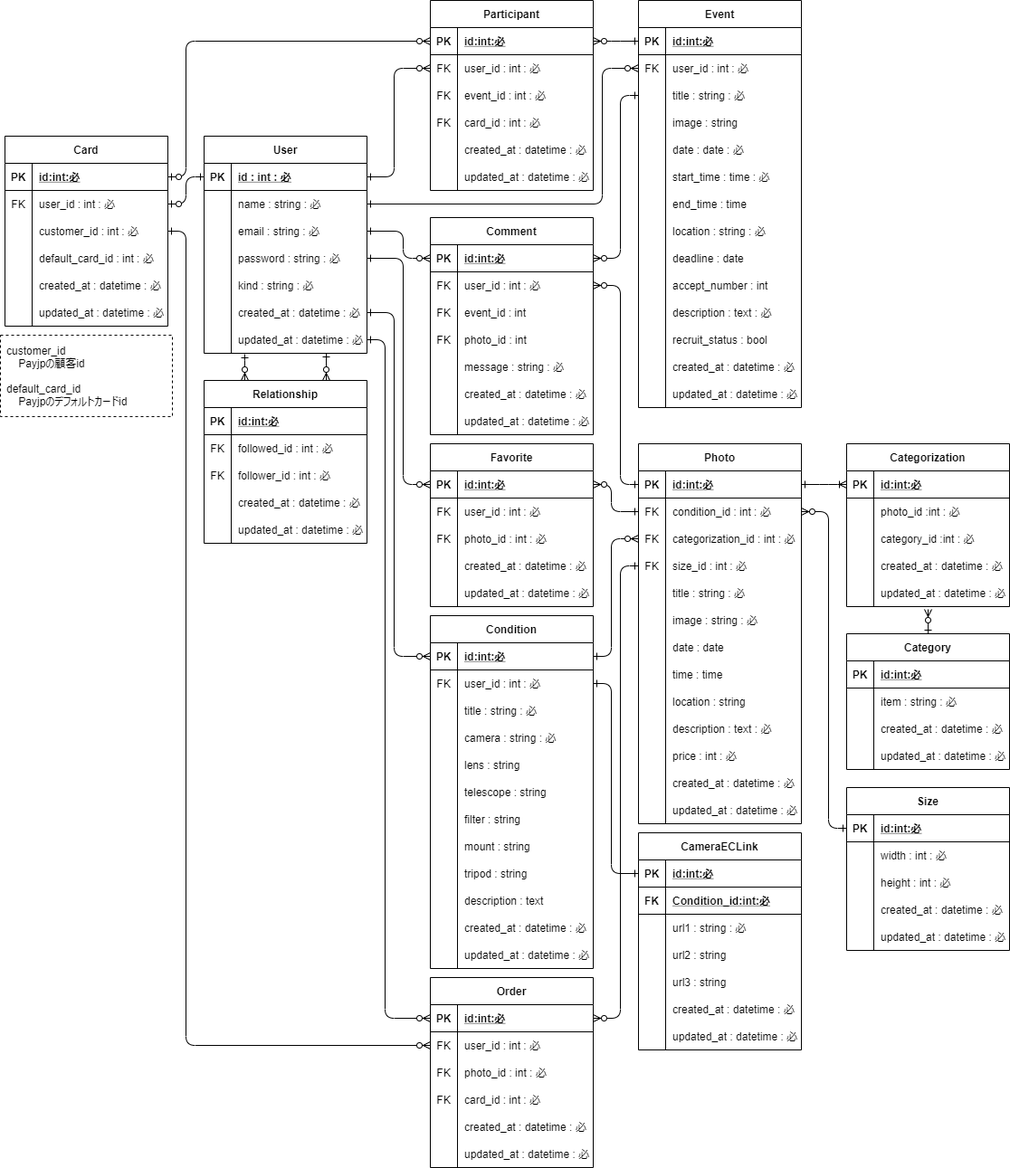
The draw.io diagram outline/ERchart.png in UtaSuzuki/astrogram, before a commit. Source tidied: cells renumbered, new cells last; positions are measured from the earlier drawing's top-left corner, leaving out a move shared by most shapes.
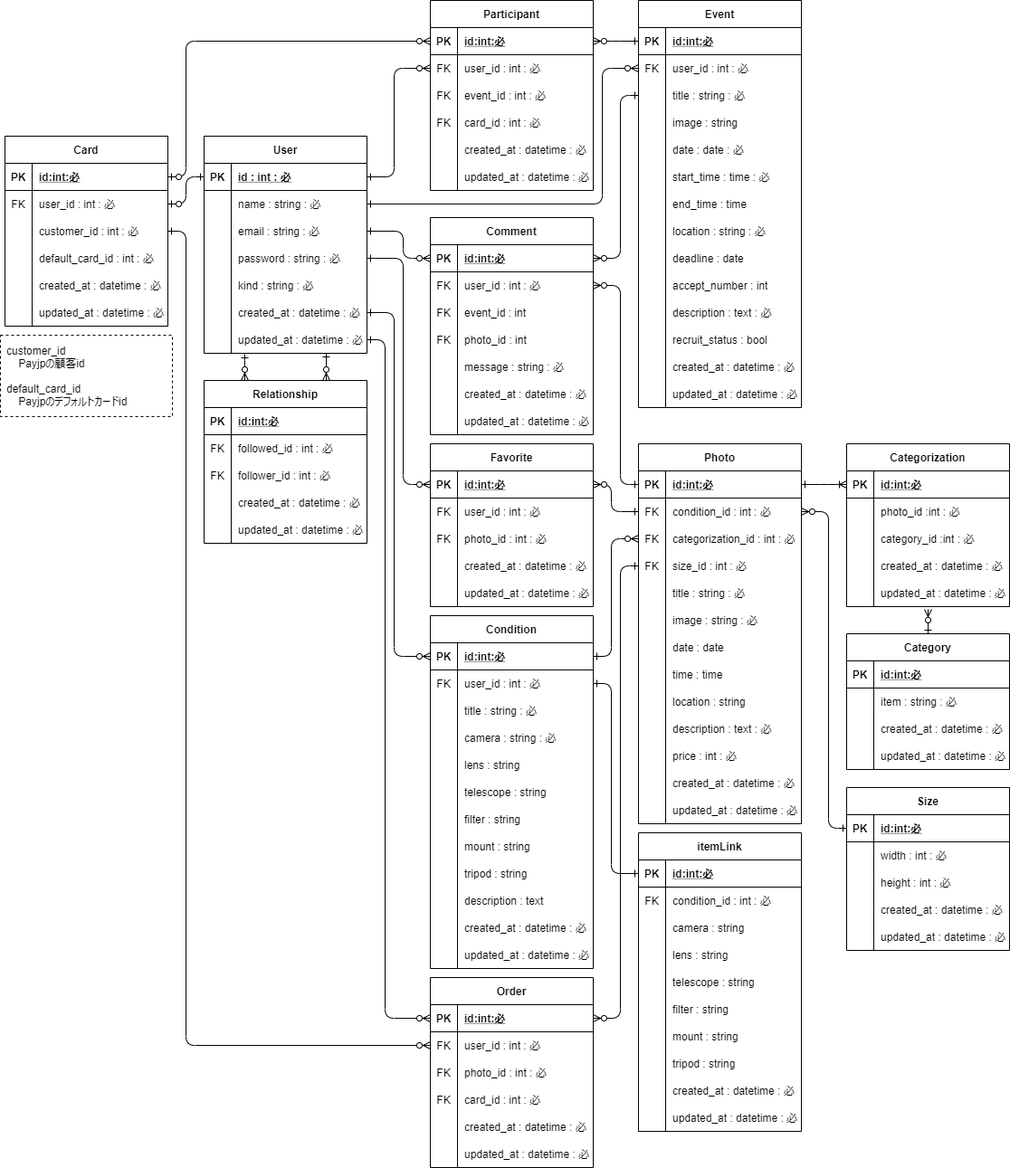
After the change.

Diff of the diagram source:
```diff
@@ -1069,10 +1069,20 @@
     <mxCell id="320" value="customer_id&lt;br&gt;&amp;nbsp; &amp;nbsp; Payjpの顧客id&lt;br&gt;&lt;br&gt;default_card_id&lt;br&gt;&amp;nbsp; &amp;nbsp; Payjpのデフォルトカードid" style="rounded=0;whiteSpace=wrap;html=1;align=left;dashed=1;spacingLeft=5;" parent="1" vertex="1">
       <mxGeometry y="370" width="190" height="90" as="geometry" />
     </mxCell>
-    <mxCell id="321" value="CameraECLink" style="shape=table;startSize=30;rowLines=0;fontStyle=1;align=center;" parent="1" vertex="1">
-      <mxGeometry x="705" y="920" width="180" height="240" as="geometry" />
-    </mxCell>
+    <mxCell id="343" style="edgeStyle=elbowEdgeStyle;fontSize=12;html=1;endArrow=ERone;startArrow=ERone;exitX=1;exitY=0.5;exitDx=0;exitDy=0;entryX=0;entryY=0.5;entryDx=0;entryDy=0;startFill=0;endFill=0;" parent="1" edge="1" source="28" target="322">
+      <mxGeometry relative="1" as="geometry">
+        <Array as="points">
+          <mxPoint x="675" y="840" />
+          <mxPoint x="675" y="690" />
+          <mxPoint x="745" y="700" />
+          <mxPoint x="795" y="710" />
+        </Array>
+      </mxGeometry>
+    </mxCell>
+    <mxCell id="344" value="itemLink" style="shape=table;startSize=30;rowLines=0;fontStyle=1;align=center;" parent="1" vertex="1">
+      <mxGeometry x="705" y="920" width="180" height="330" as="geometry" />
+    </mxCell>
-    <mxCell id="322" style="shape=partialRectangle;fillColor=none;top=0;left=0;bottom=1;right=0;points=[[0,0.5],[1,0.5]];portConstraint=eastwest;" parent="321" vertex="1">
+    <mxCell id="322" style="shape=partialRectangle;fillColor=none;top=0;left=0;bottom=1;right=0;points=[[0,0.5],[1,0.5]];portConstraint=eastwest;" parent="344" vertex="1">
       <mxGeometry y="30" width="180" height="30" as="geometry" />
     </mxCell>
     <mxCell id="323" value="PK" style="shape=partialRectangle;fillColor=none;top=0;left=0;bottom=0;right=0;fontStyle=1;overflow=hidden;" parent="322" vertex="1">
@@ -1081,69 +1091,86 @@
     <mxCell id="324" value="id:int:必" style="shape=partialRectangle;fillColor=none;top=0;left=0;bottom=0;right=0;align=left;spacingLeft=6;fontStyle=5;overflow=hidden;" parent="322" vertex="1">
       <mxGeometry x="30" width="150" height="30" as="geometry" />
     </mxCell>
-    <mxCell id="325" style="shape=partialRectangle;fillColor=none;top=0;left=0;bottom=1;right=0;" parent="321" vertex="1">
-      <mxGeometry y="60" width="180" height="30" as="geometry" />
-    </mxCell>
+    <mxCell id="345" style="shape=partialRectangle;fillColor=none;top=0;left=0;bottom=0;right=0;" parent="344" vertex="1">
+      <mxGeometry y="60" width="180" height="30" as="geometry" />
+    </mxCell>
-    <mxCell id="326" value="FK" style="shape=partialRectangle;fillColor=none;top=0;left=0;bottom=0;right=0;fontStyle=1;overflow=hidden;" parent="325" vertex="1">
+    <mxCell id="326" value="FK" style="shape=partialRectangle;fillColor=none;top=0;left=0;bottom=0;right=0;overflow=hidden;" parent="345" vertex="1">
       <mxGeometry width="30" height="30" as="geometry" />
     </mxCell>
-    <mxCell id="327" value="Condition_id:int:必" style="shape=partialRectangle;fillColor=none;top=0;left=0;bottom=0;right=0;align=left;spacingLeft=6;fontStyle=5;overflow=hidden;" parent="325" vertex="1">
-      <mxGeometry x="30" width="150" height="30" as="geometry" />
-    </mxCell>
+    <mxCell id="346" value="condition_id : int : 必" style="shape=partialRectangle;fillColor=none;top=0;left=0;bottom=0;right=0;align=left;spacingLeft=6;overflow=hidden;" parent="345" vertex="1">
+      <mxGeometry x="30" width="150" height="30" as="geometry" />
+    </mxCell>
-    <mxCell id="328" style="shape=partialRectangle;fillColor=none;top=0;left=0;bottom=0;right=0;" parent="321" vertex="1">
+    <mxCell id="328" style="shape=partialRectangle;fillColor=none;top=0;left=0;bottom=0;right=0;" parent="344" vertex="1">
       <mxGeometry y="90" width="180" height="30" as="geometry" />
     </mxCell>
-    <mxCell id="329" style="shape=partialRectangle;fillColor=none;top=0;left=0;bottom=0;right=0;overflow=hidden;" parent="328" vertex="1">
-      <mxGeometry width="30" height="30" as="geometry" />
-    </mxCell>
-    <mxCell id="330" value="url1 : string : 必" style="shape=partialRectangle;fillColor=none;top=0;left=0;bottom=0;right=0;align=left;spacingLeft=6;overflow=hidden;" parent="328" vertex="1">
-      <mxGeometry x="30" width="150" height="30" as="geometry" />
-    </mxCell>
+    <mxCell id="347" style="shape=partialRectangle;fillColor=none;top=0;left=0;bottom=0;right=0;overflow=hidden;" parent="328" vertex="1">
+      <mxGeometry width="30" height="30" as="geometry" />
+    </mxCell>
+    <mxCell id="348" value="camera : string" style="shape=partialRectangle;fillColor=none;top=0;left=0;bottom=0;right=0;align=left;spacingLeft=6;overflow=hidden;" parent="328" vertex="1">
+      <mxGeometry x="30" width="150" height="30" as="geometry" />
+    </mxCell>
-    <mxCell id="331" style="shape=partialRectangle;fillColor=none;top=0;left=0;bottom=0;right=0;" parent="321" vertex="1">
+    <mxCell id="331" style="shape=partialRectangle;fillColor=none;top=0;left=0;bottom=0;right=0;" parent="344" vertex="1">
       <mxGeometry y="120" width="180" height="30" as="geometry" />
     </mxCell>
-    <mxCell id="332" style="shape=partialRectangle;fillColor=none;top=0;left=0;bottom=0;right=0;overflow=hidden;" parent="331" vertex="1">
-      <mxGeometry width="30" height="30" as="geometry" />
-    </mxCell>
-    <mxCell id="333" value="url2 : string" style="shape=partialRectangle;fillColor=none;top=0;left=0;bottom=0;right=0;align=left;spacingLeft=6;overflow=hidden;" parent="331" vertex="1">
-      <mxGeometry x="30" width="150" height="30" as="geometry" />
-    </mxCell>
+    <mxCell id="349" style="shape=partialRectangle;fillColor=none;top=0;left=0;bottom=0;right=0;overflow=hidden;" parent="331" vertex="1">
+      <mxGeometry width="30" height="30" as="geometry" />
+    </mxCell>
+    <mxCell id="350" value="lens : string" style="shape=partialRectangle;fillColor=none;top=0;left=0;bottom=0;right=0;align=left;spacingLeft=6;overflow=hidden;" parent="331" vertex="1">
+      <mxGeometry x="30" width="150" height="30" as="geometry" />
+    </mxCell>
-    <mxCell id="334" style="shape=partialRectangle;fillColor=none;top=0;left=0;bottom=0;right=0;" parent="321" vertex="1">
+    <mxCell id="334" style="shape=partialRectangle;fillColor=none;top=0;left=0;bottom=0;right=0;" parent="344" vertex="1">
       <mxGeometry y="150" width="180" height="30" as="geometry" />
     </mxCell>
-    <mxCell id="335" style="shape=partialRectangle;fillColor=none;top=0;left=0;bottom=0;right=0;overflow=hidden;" parent="334" vertex="1">
-      <mxGeometry width="30" height="30" as="geometry" />
-    </mxCell>
-    <mxCell id="336" value="url3 : string" style="shape=partialRectangle;fillColor=none;top=0;left=0;bottom=0;right=0;align=left;spacingLeft=6;overflow=hidden;" parent="334" vertex="1">
-      <mxGeometry x="30" width="150" height="30" as="geometry" />
-    </mxCell>
+    <mxCell id="351" style="shape=partialRectangle;fillColor=none;top=0;left=0;bottom=0;right=0;overflow=hidden;" parent="334" vertex="1">
+      <mxGeometry width="30" height="30" as="geometry" />
+    </mxCell>
+    <mxCell id="352" value="telescope : string" style="shape=partialRectangle;fillColor=none;top=0;left=0;bottom=0;right=0;align=left;spacingLeft=6;overflow=hidden;" parent="334" vertex="1">
+      <mxGeometry x="30" width="150" height="30" as="geometry" />
+    </mxCell>
-    <mxCell id="337" style="shape=partialRectangle;fillColor=none;top=0;left=0;bottom=0;right=0;" parent="321" vertex="1">
+    <mxCell id="337" style="shape=partialRectangle;fillColor=none;top=0;left=0;bottom=0;right=0;" parent="344" vertex="1">
       <mxGeometry y="180" width="180" height="30" as="geometry" />
     </mxCell>
-    <mxCell id="338" style="shape=partialRectangle;fillColor=none;top=0;left=0;bottom=0;right=0;overflow=hidden;" parent="337" vertex="1">
-      <mxGeometry width="30" height="30" as="geometry" />
-    </mxCell>
+    <mxCell id="353" style="shape=partialRectangle;fillColor=none;top=0;left=0;bottom=0;right=0;overflow=hidden;" parent="337" vertex="1">
+      <mxGeometry width="30" height="30" as="geometry" />
+    </mxCell>
+    <mxCell id="354" value="filter : string" style="shape=partialRectangle;fillColor=none;top=0;left=0;bottom=0;right=0;align=left;spacingLeft=6;overflow=hidden;" parent="337" vertex="1">
+      <mxGeometry x="30" width="150" height="30" as="geometry" />
+    </mxCell>
+    <mxCell id="340" style="shape=partialRectangle;fillColor=none;top=0;left=0;bottom=0;right=0;" parent="344" vertex="1">
+      <mxGeometry y="210" width="180" height="30" as="geometry" />
+    </mxCell>
+    <mxCell id="355" style="shape=partialRectangle;fillColor=none;top=0;left=0;bottom=0;right=0;overflow=hidden;" parent="340" vertex="1">
+      <mxGeometry width="30" height="30" as="geometry" />
+    </mxCell>
+    <mxCell id="356" value="mount : string" style="shape=partialRectangle;fillColor=none;top=0;left=0;bottom=0;right=0;align=left;spacingLeft=6;overflow=hidden;" parent="340" vertex="1">
+      <mxGeometry x="30" width="150" height="30" as="geometry" />
+    </mxCell>
+    <mxCell id="357" style="shape=partialRectangle;fillColor=none;top=0;left=0;bottom=0;right=0;" parent="344" vertex="1">
+      <mxGeometry y="240" width="180" height="30" as="geometry" />
+    </mxCell>
+    <mxCell id="358" style="shape=partialRectangle;fillColor=none;top=0;left=0;bottom=0;right=0;overflow=hidden;" parent="357" vertex="1">
+      <mxGeometry width="30" height="30" as="geometry" />
+    </mxCell>
+    <mxCell id="359" value="tripod : string" style="shape=partialRectangle;fillColor=none;top=0;left=0;bottom=0;right=0;align=left;spacingLeft=6;overflow=hidden;" parent="357" vertex="1">
+      <mxGeometry x="30" width="150" height="30" as="geometry" />
+    </mxCell>
+    <mxCell id="360" style="shape=partialRectangle;fillColor=none;top=0;left=0;bottom=0;right=0;" parent="344" vertex="1">
+      <mxGeometry y="270" width="180" height="30" as="geometry" />
+    </mxCell>
+    <mxCell id="361" style="shape=partialRectangle;fillColor=none;top=0;left=0;bottom=0;right=0;overflow=hidden;" parent="360" vertex="1">
+      <mxGeometry width="30" height="30" as="geometry" />
+    </mxCell>
-    <mxCell id="339" value="created_at : datetime : 必" style="shape=partialRectangle;fillColor=none;top=0;left=0;bottom=0;right=0;align=left;spacingLeft=6;overflow=hidden;" parent="337" vertex="1">
+    <mxCell id="339" value="created_at : datetime : 必" style="shape=partialRectangle;fillColor=none;top=0;left=0;bottom=0;right=0;align=left;spacingLeft=6;overflow=hidden;" parent="360" vertex="1">
       <mxGeometry x="30" width="150" height="30" as="geometry" />
     </mxCell>
-    <mxCell id="340" style="shape=partialRectangle;fillColor=none;top=0;left=0;bottom=0;right=0;" parent="321" vertex="1">
-      <mxGeometry y="210" width="180" height="30" as="geometry" />
-    </mxCell>
-    <mxCell id="341" style="shape=partialRectangle;fillColor=none;top=0;left=0;bottom=0;right=0;overflow=hidden;" parent="340" vertex="1">
-      <mxGeometry width="30" height="30" as="geometry" />
-    </mxCell>
+    <mxCell id="362" style="shape=partialRectangle;fillColor=none;top=0;left=0;bottom=0;right=0;" parent="344" vertex="1">
+      <mxGeometry y="300" width="180" height="30" as="geometry" />
+    </mxCell>
+    <mxCell id="363" style="shape=partialRectangle;fillColor=none;top=0;left=0;bottom=0;right=0;overflow=hidden;" parent="362" vertex="1">
+      <mxGeometry width="30" height="30" as="geometry" />
+    </mxCell>
-    <mxCell id="342" value="updated_at : datetime : 必" style="shape=partialRectangle;fillColor=none;top=0;left=0;bottom=0;right=0;align=left;spacingLeft=6;overflow=hidden;" parent="340" vertex="1">
+    <mxCell id="342" value="updated_at : datetime : 必" style="shape=partialRectangle;fillColor=none;top=0;left=0;bottom=0;right=0;align=left;spacingLeft=6;overflow=hidden;" parent="362" vertex="1">
       <mxGeometry x="30" width="150" height="30" as="geometry" />
     </mxCell>
-    <mxCell id="343" style="edgeStyle=elbowEdgeStyle;fontSize=12;html=1;endArrow=ERone;startArrow=ERone;exitX=1;exitY=0.5;exitDx=0;exitDy=0;entryX=0;entryY=0.5;entryDx=0;entryDy=0;startFill=0;endFill=0;" parent="1" edge="1" source="28" target="322">
-      <mxGeometry relative="1" as="geometry">
-        <Array as="points">
-          <mxPoint x="675" y="840" />
-          <mxPoint x="675" y="690" />
-          <mxPoint x="745" y="700" />
-          <mxPoint x="795" y="710" />
-        </Array>
-      </mxGeometry>
-    </mxCell>
   </root>
 </mxGraphModel>
```
